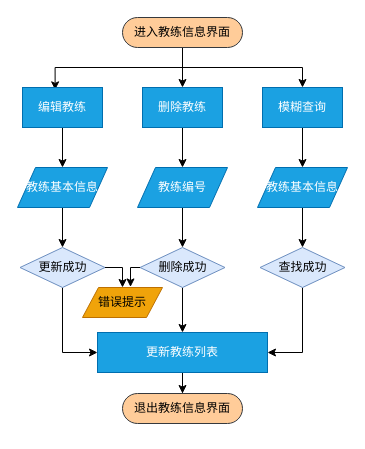
Earlier version of the draw.io diagram jiaxiaoSystem/M04.drawio (Ringo-linqin/drawio). Source tidied: cells renumbered, new cells numbered last; positions are measured from the earlier drawing's top-left corner, leaving out a move shared by most shapes. Both pictures are drawn from the tidied source at 100%, with x=0, y=0 at pixel (17, 17).
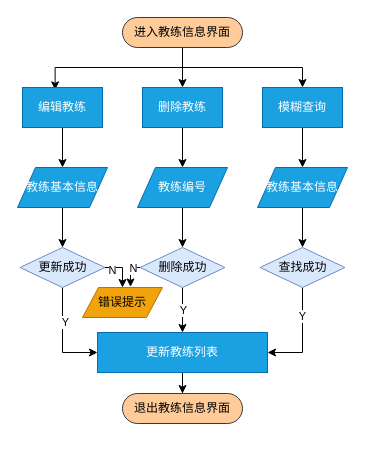
After the change.

The change refers to these unchanged cells:
```xml
<mxCell id="19" style="edgeStyle=orthogonalEdgeStyle;rounded=0;jettySize=auto;html=1;exitX=1;exitY=0.5;exitDx=0;exitDy=0;entryX=0.5;entryY=0;entryDx=0;entryDy=0;" parent="1" edge="1" source="21" target="27">
  <mxGeometry relative="1" as="geometry" />
</mxCell>
<mxCell id="20" style="edgeStyle=orthogonalEdgeStyle;rounded=0;jettySize=auto;html=1;exitX=0.5;exitY=1;exitDx=0;exitDy=0;entryX=0;entryY=0.5;entryDx=0;entryDy=0;" parent="1" edge="1" source="21" target="29">
  <mxGeometry relative="1" as="geometry" />
</mxCell>
<mxCell id="22" style="edgeStyle=orthogonalEdgeStyle;rounded=0;jettySize=auto;html=1;exitX=0;exitY=0.5;exitDx=0;exitDy=0;entryX=0.6;entryY=-0.018;entryDx=0;entryDy=0;entryPerimeter=0;" parent="1" edge="1" source="24" target="27">
  <mxGeometry relative="1" as="geometry" />
</mxCell>
<mxCell id="23" style="edgeStyle=orthogonalEdgeStyle;rounded=0;jettySize=auto;html=1;exitX=0.5;exitY=1;exitDx=0;exitDy=0;entryX=0.5;entryY=0;entryDx=0;entryDy=0;" parent="1" edge="1" source="24" target="29">
  <mxGeometry relative="1" as="geometry" />
</mxCell>
<mxCell id="25" style="edgeStyle=orthogonalEdgeStyle;rounded=0;jettySize=auto;html=1;exitX=0.5;exitY=1;exitDx=0;exitDy=0;entryX=1;entryY=0.5;entryDx=0;entryDy=0;" parent="1" edge="1" source="26" target="29">
  <mxGeometry relative="1" as="geometry" />
</mxCell>
```

What changed in the source:
```diff
@@
+    <mxCell id="31" value="N" style="edgeLabel;html=1;align=center;verticalAlign=middle;" parent="19" vertex="1">
+      <mxGeometry x="-0.64" y="-2" relative="1" as="geometry" />
+    </mxCell>
@@
+    <mxCell id="32" value="Y" style="edgeLabel;html=1;align=center;verticalAlign=middle;" parent="20" vertex="1">
+      <mxGeometry x="-0.33" y="2" relative="1" as="geometry" />
+    </mxCell>
@@
+    <mxCell id="33" value="N" style="edgeLabel;html=1;align=center;verticalAlign=middle;" parent="22" vertex="1">
+      <mxGeometry x="-0.51" relative="1" as="geometry" />
+    </mxCell>
@@
+    <mxCell id="34" value="Y" style="edgeLabel;html=1;align=center;verticalAlign=middle;" parent="23" vertex="1">
+      <mxGeometry x="-0.04" relative="1" as="geometry" />
+    </mxCell>
@@
+    <mxCell id="35" value="Y" style="edgeLabel;html=1;align=center;verticalAlign=middle;" parent="25" vertex="1">
+      <mxGeometry x="-0.45" y="-1" relative="1" as="geometry" />
+    </mxCell>
```
